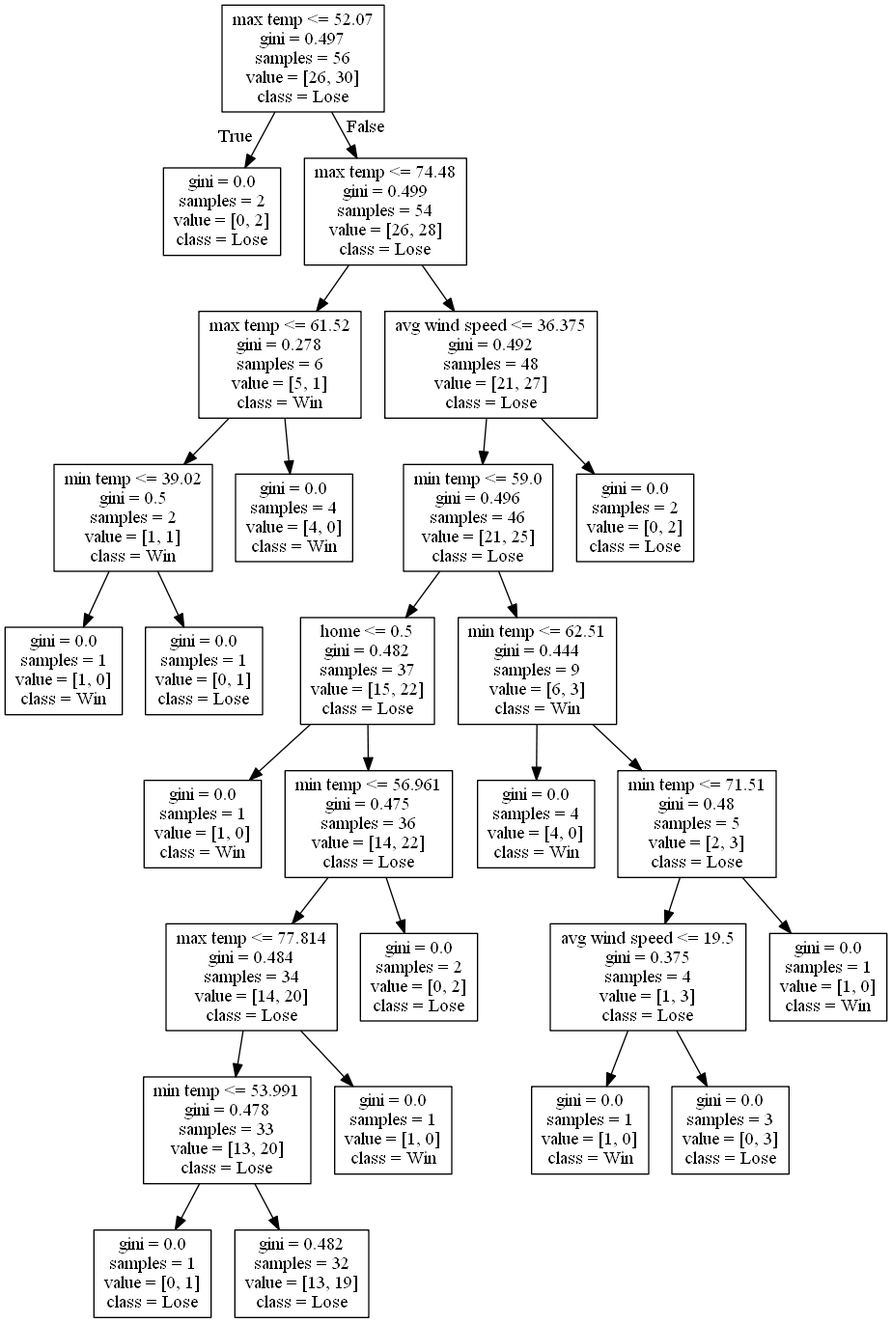
alexana-steck/CSE482Project keeps this Graphviz diagram as DecisionTrees/decision_tree_no_score_or_attendance12.png. Above is the earlier version. Its source is kept beside it as DecisionTrees/decision_tree_no_score_or_attendance12.dot.
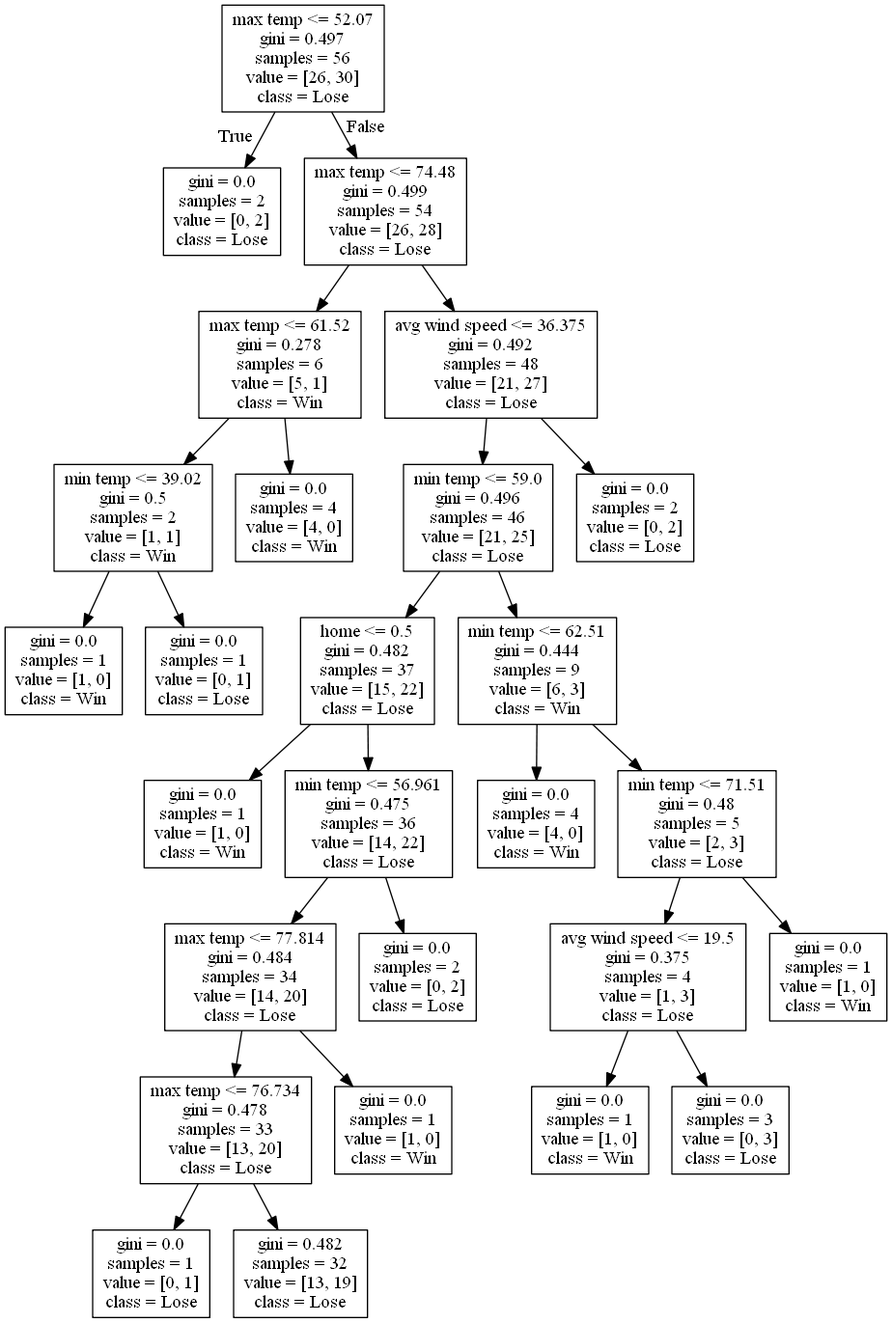
Later version of the same file.

Diff of the diagram source:
```diff
@@ -27,7 +27,7 @@
 10 -> 12 ;
 13 [label="max temp <= 77.814\ngini = 0.484\nsamples = 34\nvalue = [14, 20]\nclass = Lose"] ;
 12 -> 13 ;
-14 [label="min temp <= 53.991\ngini = 0.478\nsamples = 33\nvalue = [13, 20]\nclass = Lose"] ;
+14 [label="max temp <= 76.734\ngini = 0.478\nsamples = 33\nvalue = [13, 20]\nclass = Lose"] ;
 13 -> 14 ;
 15 [label="gini = 0.0\nsamples = 1\nvalue = [0, 1]\nclass = Lose"] ;
 14 -> 15 ;
```
